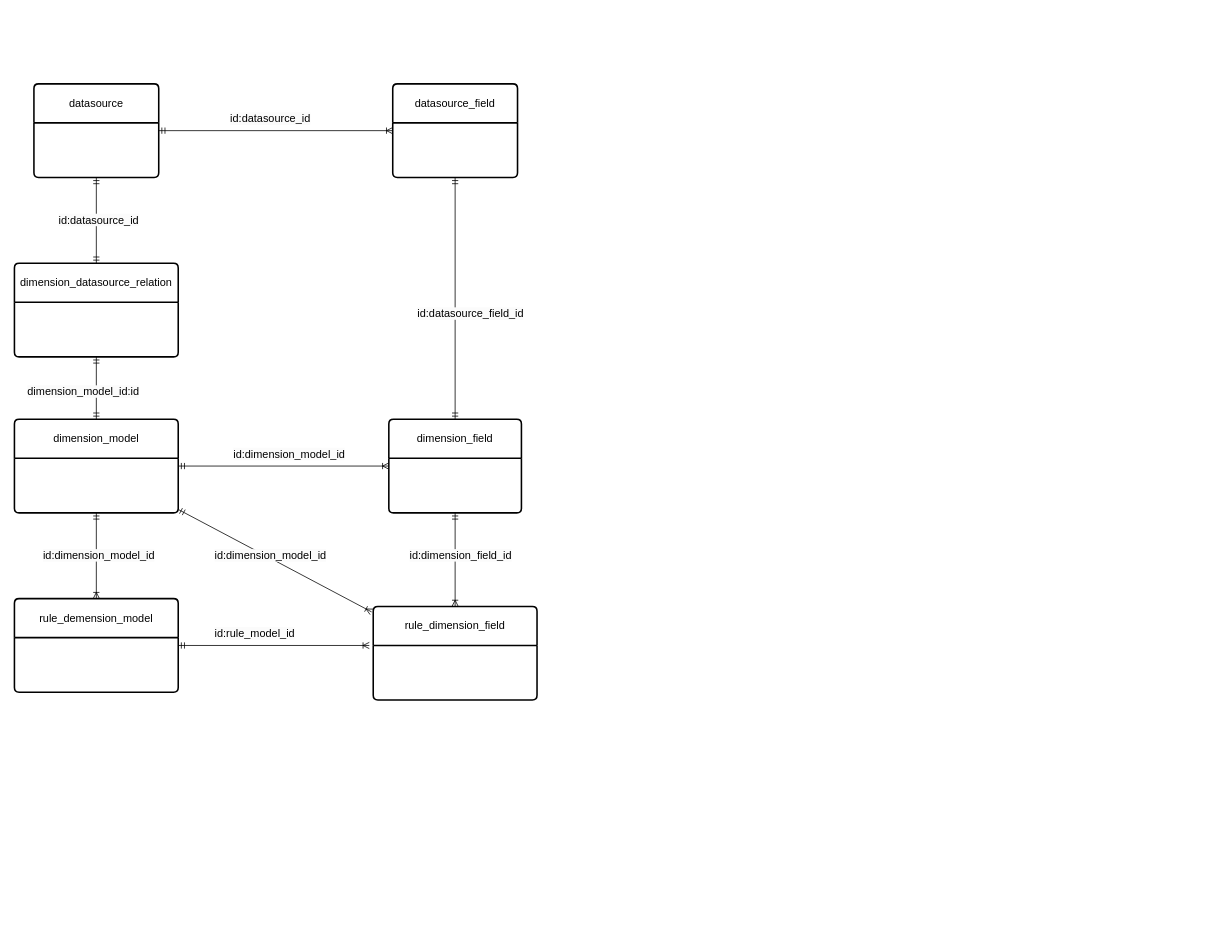
The draw.io diagram 调度引擎.drawio in dnsfm/private, before the edit. Source tidied: cells renumbered, new cells numbered last; positions are measured from the earlier drawing's top-left corner, leaving out a move shared by most shapes. Both pictures are drawn from the tidied source at 78%, with x=0, y=0 at pixel (14, 83).
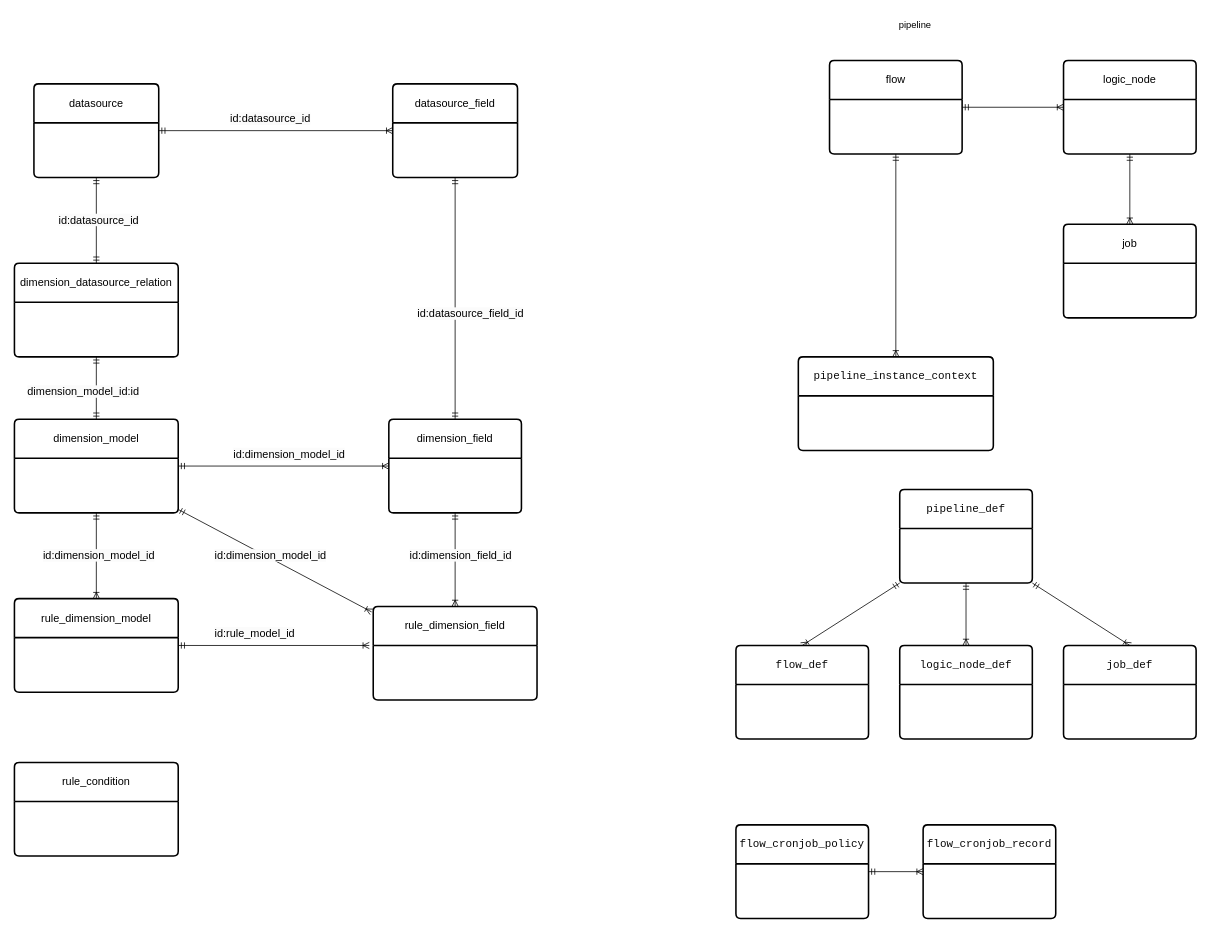
The same page after the edit.

Commit message:
更新调度引擎.drawio

What changed in the source:
```diff
@@
-    <mxCell id="21" value="rule_demension_model" style="swimlane;horizontal=1;startSize=50;rounded=1;fontSize=14;fontStyle=0;strokeWidth=2;shadow=0;dashed=0;align=center;arcSize=4;whiteSpace=wrap;html=1;" parent="1" vertex="1">
+    <mxCell id="21" value="rule_dimension_model" style="swimlane;horizontal=1;startSize=50;rounded=1;fontSize=14;fontStyle=0;strokeWidth=2;shadow=0;dashed=0;align=center;arcSize=4;whiteSpace=wrap;html=1;" parent="1" vertex="1">
       <mxGeometry y="660" width="210" height="120" as="geometry" />
     </mxCell>
@@
+    <mxCell id="27" value="rule_condition" style="swimlane;horizontal=1;startSize=50;rounded=1;fontSize=14;fontStyle=0;strokeWidth=2;shadow=0;dashed=0;align=center;arcSize=4;whiteSpace=wrap;html=1;" parent="1" vertex="1">
+      <mxGeometry y="870" width="210" height="120" as="geometry" />
+    </mxCell>
+    <mxCell id="28" value="pipeline" style="text;html=1;strokeColor=none;fillColor=none;align=center;verticalAlign=middle;whiteSpace=wrap;rounded=0;" parent="1" vertex="1">
+      <mxGeometry x="1125" y="-90" width="60" height="30" as="geometry" />
+    </mxCell>
+    <mxCell id="29" style="edgeStyle=orthogonalEdgeStyle;rounded=0;jettySize=auto;html=1;entryX=0;entryY=0.5;entryDx=0;entryDy=0;endArrow=ERoneToMany;endFill=0;startArrow=ERmandOne;startFill=0;" parent="1" edge="1" source="31" target="33">
+      <mxGeometry relative="1" as="geometry" />
+    </mxCell>
+    <mxCell id="30" style="edgeStyle=orthogonalEdgeStyle;rounded=0;jettySize=auto;html=1;entryX=0.5;entryY=0;entryDx=0;entryDy=0;endArrow=ERoneToMany;endFill=0;startArrow=ERmandOne;startFill=0;" parent="1" edge="1" source="31" target="35">
+      <mxGeometry relative="1" as="geometry" />
+    </mxCell>
+    <mxCell id="31" value="flow" style="swimlane;horizontal=1;startSize=50;rounded=1;fontSize=14;fontStyle=0;strokeWidth=2;shadow=0;dashed=0;align=center;arcSize=4;whiteSpace=wrap;html=1;" parent="1" vertex="1">
+      <mxGeometry x="1045" y="-30" width="170" height="120" as="geometry" />
+    </mxCell>
+    <mxCell id="32" style="edgeStyle=orthogonalEdgeStyle;rounded=0;jettySize=auto;html=1;endArrow=ERoneToMany;endFill=0;startArrow=ERmandOne;startFill=0;" parent="1" edge="1" source="33" target="34">
+      <mxGeometry relative="1" as="geometry" />
+    </mxCell>
+    <mxCell id="33" value="logic_node" style="swimlane;horizontal=1;startSize=50;rounded=1;fontSize=14;fontStyle=0;strokeWidth=2;shadow=0;dashed=0;align=center;arcSize=4;whiteSpace=wrap;html=1;" parent="1" vertex="1">
+      <mxGeometry x="1345" y="-30" width="170" height="120" as="geometry" />
+    </mxCell>
+    <mxCell id="34" value="job" style="swimlane;horizontal=1;startSize=50;rounded=1;fontSize=14;fontStyle=0;strokeWidth=2;shadow=0;dashed=0;align=center;arcSize=4;whiteSpace=wrap;html=1;" parent="1" vertex="1">
+      <mxGeometry x="1345" y="180" width="170" height="120" as="geometry" />
+    </mxCell>
+    <mxCell id="35" value="&lt;pre style=&quot;background-color:#ffffff;color:#080808;font-family:'JetBrains Mono',monospace;font-size:10.5pt;&quot;&gt;pipeline_instance_context&lt;/pre&gt;" style="swimlane;horizontal=1;startSize=50;rounded=1;fontSize=14;fontStyle=0;strokeWidth=2;shadow=0;dashed=0;align=center;arcSize=4;whiteSpace=wrap;html=1;" parent="1" vertex="1">
+      <mxGeometry x="1005" y="350" width="250" height="120" as="geometry" />
+    </mxCell>
+    <mxCell id="36" style="rounded=0;jettySize=auto;html=1;entryX=0.5;entryY=0;entryDx=0;entryDy=0;exitX=0;exitY=1;exitDx=0;exitDy=0;endArrow=ERoneToMany;endFill=0;startArrow=ERmandOne;startFill=0;" parent="1" edge="1" source="39" target="40">
+      <mxGeometry relative="1" as="geometry" />
+    </mxCell>
+    <mxCell id="37" style="edgeStyle=orthogonalEdgeStyle;rounded=0;jettySize=auto;html=1;entryX=0.5;entryY=0;entryDx=0;entryDy=0;endArrow=ERoneToMany;endFill=0;startArrow=ERmandOne;startFill=0;" parent="1" edge="1" source="39" target="41">
+      <mxGeometry relative="1" as="geometry" />
+    </mxCell>
+    <mxCell id="38" style="rounded=0;jettySize=auto;html=1;exitX=1;exitY=1;exitDx=0;exitDy=0;entryX=0.5;entryY=0;entryDx=0;entryDy=0;endArrow=ERoneToMany;endFill=0;startArrow=ERmandOne;startFill=0;" parent="1" edge="1" source="39" target="42">
+      <mxGeometry relative="1" as="geometry" />
+    </mxCell>
+    <mxCell id="39" value="&lt;pre style=&quot;background-color:#ffffff;color:#080808;font-family:'JetBrains Mono',monospace;font-size:10.5pt;&quot;&gt;pipeline_def&lt;/pre&gt;" style="swimlane;horizontal=1;startSize=50;rounded=1;fontSize=14;fontStyle=0;strokeWidth=2;shadow=0;dashed=0;align=center;arcSize=4;whiteSpace=wrap;html=1;" parent="1" vertex="1">
+      <mxGeometry x="1135" y="520" width="170" height="120" as="geometry" />
+    </mxCell>
+    <mxCell id="40" value="&lt;pre style=&quot;background-color:#ffffff;color:#080808;font-family:'JetBrains Mono',monospace;font-size:10.5pt;&quot;&gt;flow_def&lt;/pre&gt;" style="swimlane;horizontal=1;startSize=50;rounded=1;fontSize=14;fontStyle=0;strokeWidth=2;shadow=0;dashed=0;align=center;arcSize=4;whiteSpace=wrap;html=1;" parent="1" vertex="1">
+      <mxGeometry x="925" y="720" width="170" height="120" as="geometry" />
+    </mxCell>
+    <mxCell id="41" value="&lt;pre style=&quot;background-color:#ffffff;color:#080808;font-family:'JetBrains Mono',monospace;font-size:10.5pt;&quot;&gt;logic_node_def&lt;/pre&gt;" style="swimlane;horizontal=1;startSize=50;rounded=1;fontSize=14;fontStyle=0;strokeWidth=2;shadow=0;dashed=0;align=center;arcSize=4;whiteSpace=wrap;html=1;" parent="1" vertex="1">
+      <mxGeometry x="1135" y="720" width="170" height="120" as="geometry" />
+    </mxCell>
+    <mxCell id="42" value="&lt;pre style=&quot;background-color:#ffffff;color:#080808;font-family:'JetBrains Mono',monospace;font-size:10.5pt;&quot;&gt;&lt;pre style=&quot;font-family: &amp;quot;JetBrains Mono&amp;quot;, monospace; font-size: 10.5pt;&quot;&gt;job_def&lt;/pre&gt;&lt;/pre&gt;" style="swimlane;horizontal=1;startSize=50;rounded=1;fontSize=14;fontStyle=0;strokeWidth=2;shadow=0;dashed=0;align=center;arcSize=4;whiteSpace=wrap;html=1;" parent="1" vertex="1">
+      <mxGeometry x="1345" y="720" width="170" height="120" as="geometry" />
+    </mxCell>
+    <mxCell id="43" style="edgeStyle=orthogonalEdgeStyle;rounded=0;jettySize=auto;html=1;entryX=0;entryY=0.5;entryDx=0;entryDy=0;endArrow=ERoneToMany;endFill=0;startArrow=ERmandOne;startFill=0;" parent="1" edge="1" source="44" target="45">
+      <mxGeometry relative="1" as="geometry" />
+    </mxCell>
+    <mxCell id="44" value="&lt;pre style=&quot;background-color: rgb(255, 255, 255);&quot;&gt;&lt;font face=&quot;JetBrains Mono, monospace&quot; color=&quot;#080808&quot;&gt;flow_cronjob_policy&lt;br&gt;&lt;/font&gt;&lt;/pre&gt;" style="swimlane;horizontal=1;startSize=50;rounded=1;fontSize=14;fontStyle=0;strokeWidth=2;shadow=0;dashed=0;align=center;arcSize=4;whiteSpace=wrap;html=1;" parent="1" vertex="1">
+      <mxGeometry x="925" y="950" width="170" height="120" as="geometry" />
+    </mxCell>
+    <mxCell id="45" value="&lt;pre style=&quot;background-color: rgb(255, 255, 255);&quot;&gt;&lt;font face=&quot;JetBrains Mono, monospace&quot; color=&quot;#080808&quot;&gt;flow_cronjob_record&lt;br&gt;&lt;/font&gt;&lt;/pre&gt;" style="swimlane;horizontal=1;startSize=50;rounded=1;fontSize=14;fontStyle=0;strokeWidth=2;shadow=0;dashed=0;align=center;arcSize=4;whiteSpace=wrap;html=1;" parent="1" vertex="1">
+      <mxGeometry x="1165" y="950" width="170" height="120" as="geometry" />
+    </mxCell>
```
